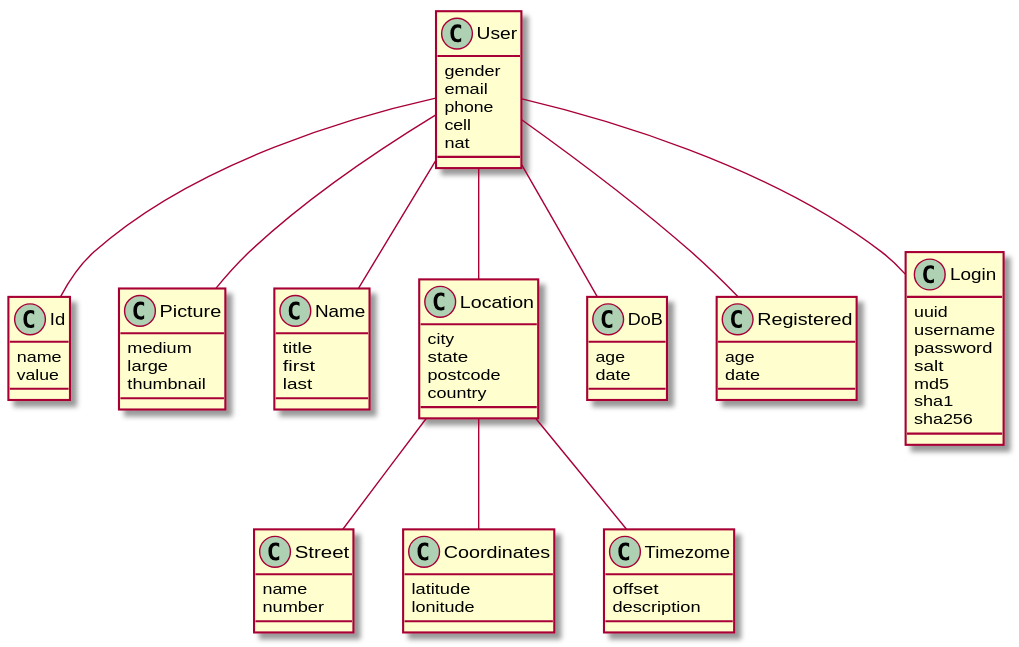
Earlier version of the PlantUML export assets/images/fullstack-webapp-guide/data_structure_diagram.svg (ndlarsen/ndlarsen.github.io).
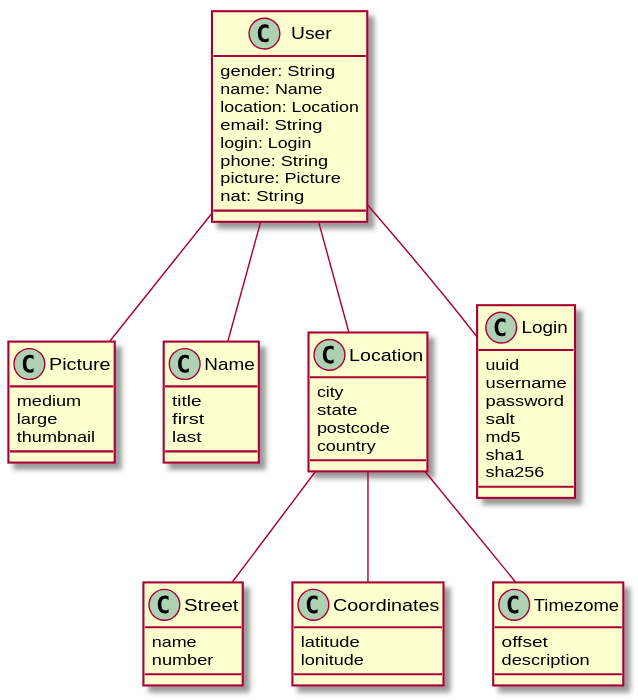
After the commit.

Diff of the diagram source:
```diff
@@ -1,14 +1,16 @@
 @startuml
 
 class User {
-    gender
-    email
-    phone
-    cell
-    nat
+    gender: String
+    name: Name
+    location: Location
+    email: String
+    login: Login
+    phone: String
+    picture: Picture
+    nat: String
 }
 
-User -- Id
 
 class Picture {
     medium
@@ -54,25 +56,6 @@
 
 Location -- Timezome
 
-class DoB {
-    age
-    date
-}
-
-User -- DoB
-
-class Registered {
-    age
-    date
-}
-
-User -- Registered
-
-class Id {
-    name
-    value
-}
-
 User --  Picture
 
 class Login {
```
